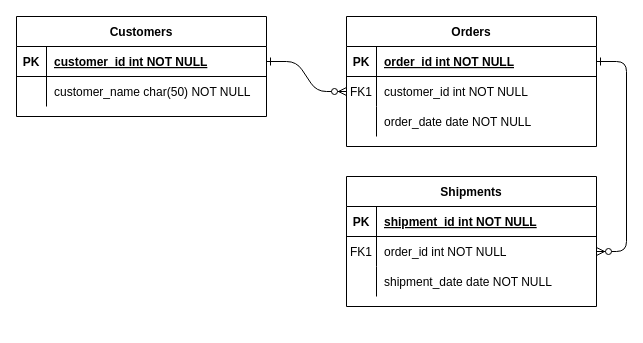
Above: Logical View.drawio in AshleyMetaData/Chatbot (draw.io), before the change. Source tidied: cells renumbered, new cells numbered last; positions are measured from the earlier drawing's top-left corner, leaving out a move shared by most shapes. Both pictures are drawn from the tidied source at 100%, with x=0, y=0 at pixel (16, 16).
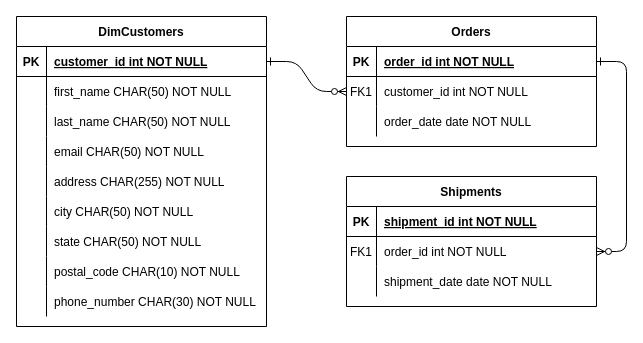
Above is the later version.

Unchanged cells that the change refers to:
```xml
<mxCell id="28" style="shape=partialRectangle;fillColor=none;top=0;left=0;right=0;bottom=0;" parent="24" vertex="1">
  <mxGeometry y="60" width="250" height="30" as="geometry" />
</mxCell>
```

The edit, as a diff of the source:
```diff
@@
-    <mxCell id="24" value="Customers" style="shape=table;startSize=30;childLayout=tableLayout;rowLines=0;fontStyle=1;align=center;" parent="1" vertex="1">
-      <mxGeometry width="250" height="100" as="geometry" />
+    <mxCell id="24" value="DimCustomers" style="shape=table;startSize=30;childLayout=tableLayout;rowLines=0;fontStyle=1;align=center;" parent="1" vertex="1">
+      <mxGeometry width="250" height="310" as="geometry" />
     </mxCell>
@@
-    <mxCell id="30" value="customer_name char(50) NOT NULL" style="shape=partialRectangle;overflow=hidden;fillColor=none;top=0;left=0;bottom=0;right=0;align=left;spacingLeft=6;" parent="28" vertex="1">
+    <mxCell id="30" value="first_name CHAR(50) NOT NULL" style="shape=partialRectangle;overflow=hidden;fillColor=none;top=0;left=0;bottom=0;right=0;align=left;spacingLeft=6;" parent="28" vertex="1">
       <mxGeometry x="30" width="220" height="30" as="geometry" />
     </mxCell>
+    <mxCell id="31" style="shape=partialRectangle;fillColor=none;top=0;left=0;right=0;bottom=0;" parent="24" vertex="1">
+      <mxGeometry y="90" width="250" height="30" as="geometry" />
+    </mxCell>
+    <mxCell id="32" style="shape=partialRectangle;overflow=hidden;fillColor=none;top=0;left=0;bottom=0;right=0;" parent="31" vertex="1">
+      <mxGeometry width="30" height="30" as="geometry" />
+    </mxCell>
+    <mxCell id="33" value="last_name CHAR(50) NOT NULL" style="shape=partialRectangle;overflow=hidden;fillColor=none;top=0;left=0;bottom=0;right=0;align=left;spacingLeft=6;" parent="31" vertex="1">
+      <mxGeometry x="30" width="220" height="30" as="geometry" />
+    </mxCell>
+    <mxCell id="34" style="shape=partialRectangle;fillColor=none;top=0;left=0;right=0;bottom=0;" parent="24" vertex="1">
+      <mxGeometry y="120" width="250" height="30" as="geometry" />
+    </mxCell>
+    <mxCell id="35" style="shape=partialRectangle;overflow=hidden;fillColor=none;top=0;left=0;bottom=0;right=0;" parent="34" vertex="1">
+      <mxGeometry width="30" height="30" as="geometry" />
+    </mxCell>
+    <mxCell id="36" value="email CHAR(50) NOT NULL" style="shape=partialRectangle;overflow=hidden;fillColor=none;top=0;left=0;bottom=0;right=0;align=left;spacingLeft=6;" parent="34" vertex="1">
+      <mxGeometry x="30" width="220" height="30" as="geometry" />
+    </mxCell>
+    <mxCell id="37" style="shape=partialRectangle;fillColor=none;top=0;left=0;right=0;bottom=0;" parent="24" vertex="1">
+      <mxGeometry y="150" width="250" height="30" as="geometry" />
+    </mxCell>
+    <mxCell id="38" style="shape=partialRectangle;overflow=hidden;fillColor=none;top=0;left=0;bottom=0;right=0;" parent="37" vertex="1">
+      <mxGeometry width="30" height="30" as="geometry" />
+    </mxCell>
+    <mxCell id="39" value="address CHAR(255) NOT NULL" style="shape=partialRectangle;overflow=hidden;fillColor=none;top=0;left=0;bottom=0;right=0;align=left;spacingLeft=6;" parent="37" vertex="1">
+      <mxGeometry x="30" width="220" height="30" as="geometry" />
+    </mxCell>
+    <mxCell id="40" style="shape=partialRectangle;fillColor=none;top=0;left=0;right=0;bottom=0;" parent="24" vertex="1">
+      <mxGeometry y="180" width="250" height="30" as="geometry" />
+    </mxCell>
+    <mxCell id="41" style="shape=partialRectangle;overflow=hidden;fillColor=none;top=0;left=0;bottom=0;right=0;" parent="40" vertex="1">
+      <mxGeometry width="30" height="30" as="geometry" />
+    </mxCell>
+    <mxCell id="42" value="city CHAR(50) NOT NULL" style="shape=partialRectangle;overflow=hidden;fillColor=none;top=0;left=0;bottom=0;right=0;align=left;spacingLeft=6;" parent="40" vertex="1">
+      <mxGeometry x="30" width="220" height="30" as="geometry" />
+    </mxCell>
+    <mxCell id="43" style="shape=partialRectangle;fillColor=none;top=0;left=0;right=0;bottom=0;" parent="24" vertex="1">
+      <mxGeometry y="210" width="250" height="30" as="geometry" />
+    </mxCell>
+    <mxCell id="44" style="shape=partialRectangle;overflow=hidden;fillColor=none;top=0;left=0;bottom=0;right=0;" parent="43" vertex="1">
+      <mxGeometry width="30" height="30" as="geometry" />
+    </mxCell>
+    <mxCell id="45" value="state CHAR(50) NOT NULL" style="shape=partialRectangle;overflow=hidden;fillColor=none;top=0;left=0;bottom=0;right=0;align=left;spacingLeft=6;" parent="43" vertex="1">
+      <mxGeometry x="30" width="220" height="30" as="geometry" />
+    </mxCell>
+    <mxCell id="46" style="shape=partialRectangle;fillColor=none;top=0;left=0;right=0;bottom=0;" parent="24" vertex="1">
+      <mxGeometry y="240" width="250" height="30" as="geometry" />
+    </mxCell>
+    <mxCell id="47" style="shape=partialRectangle;overflow=hidden;fillColor=none;top=0;left=0;bottom=0;right=0;" parent="46" vertex="1">
+      <mxGeometry width="30" height="30" as="geometry" />
+    </mxCell>
+    <mxCell id="48" value="postal_code CHAR(10) NOT NULL" style="shape=partialRectangle;overflow=hidden;fillColor=none;top=0;left=0;bottom=0;right=0;align=left;spacingLeft=6;" parent="46" vertex="1">
+      <mxGeometry x="30" width="220" height="30" as="geometry" />
+    </mxCell>
+    <mxCell id="49" style="shape=partialRectangle;fillColor=none;top=0;left=0;right=0;bottom=0;" parent="24" vertex="1">
+      <mxGeometry y="270" width="250" height="30" as="geometry" />
+    </mxCell>
+    <mxCell id="50" style="shape=partialRectangle;overflow=hidden;fillColor=none;top=0;left=0;bottom=0;right=0;" parent="49" vertex="1">
+      <mxGeometry width="30" height="30" as="geometry" />
+    </mxCell>
+    <mxCell id="51" value="phone_number CHAR(30) NOT NULL" style="shape=partialRectangle;overflow=hidden;fillColor=none;top=0;left=0;bottom=0;right=0;align=left;spacingLeft=6;" parent="49" vertex="1">
+      <mxGeometry x="30" width="220" height="30" as="geometry" />
+    </mxCell>
```
